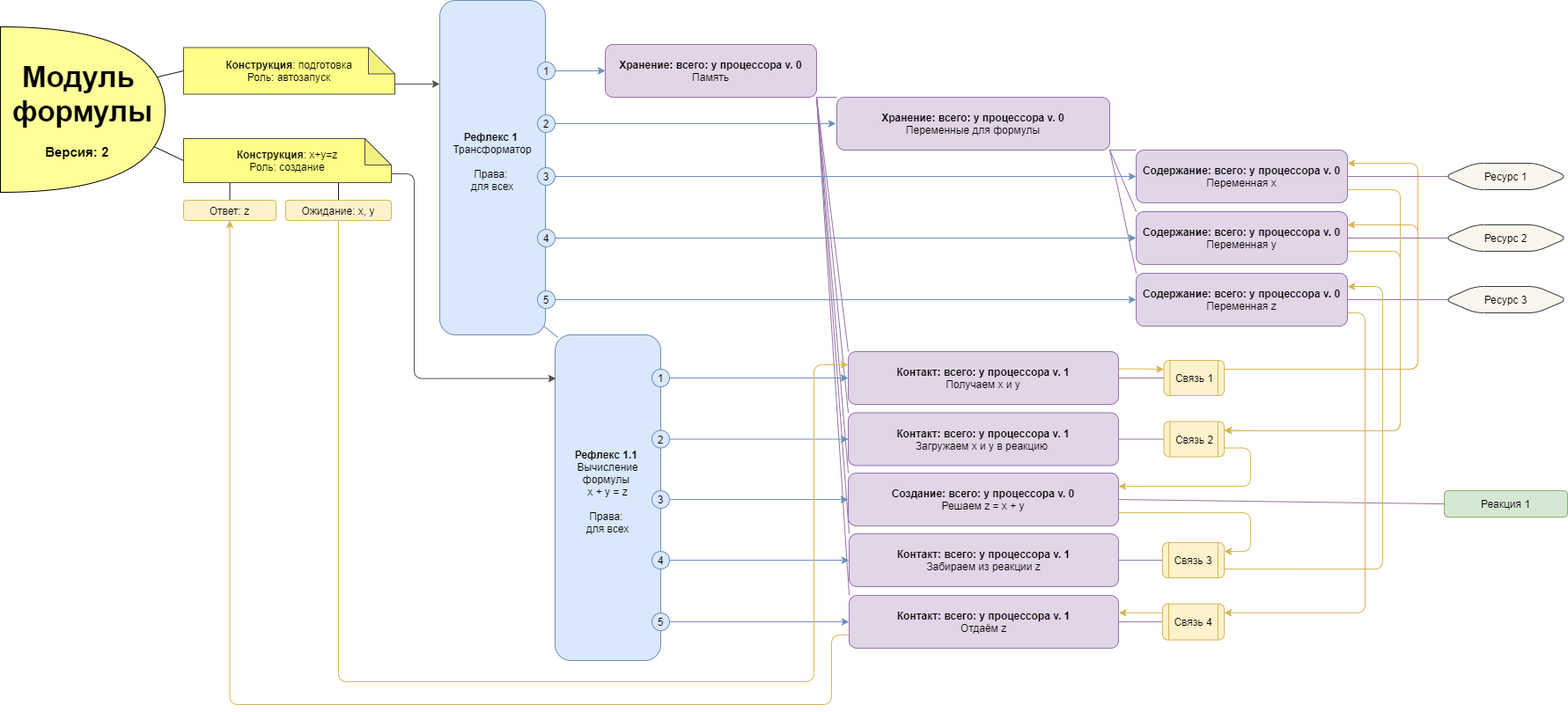
This is Картинки/Module.png from it-architector/invention.csdr, a draw.io export, as it was before one commit. Source tidied: cells renumbered, new cells last; positions are measured from the earlier drawing's top-left corner, leaving out a move shared by most shapes.
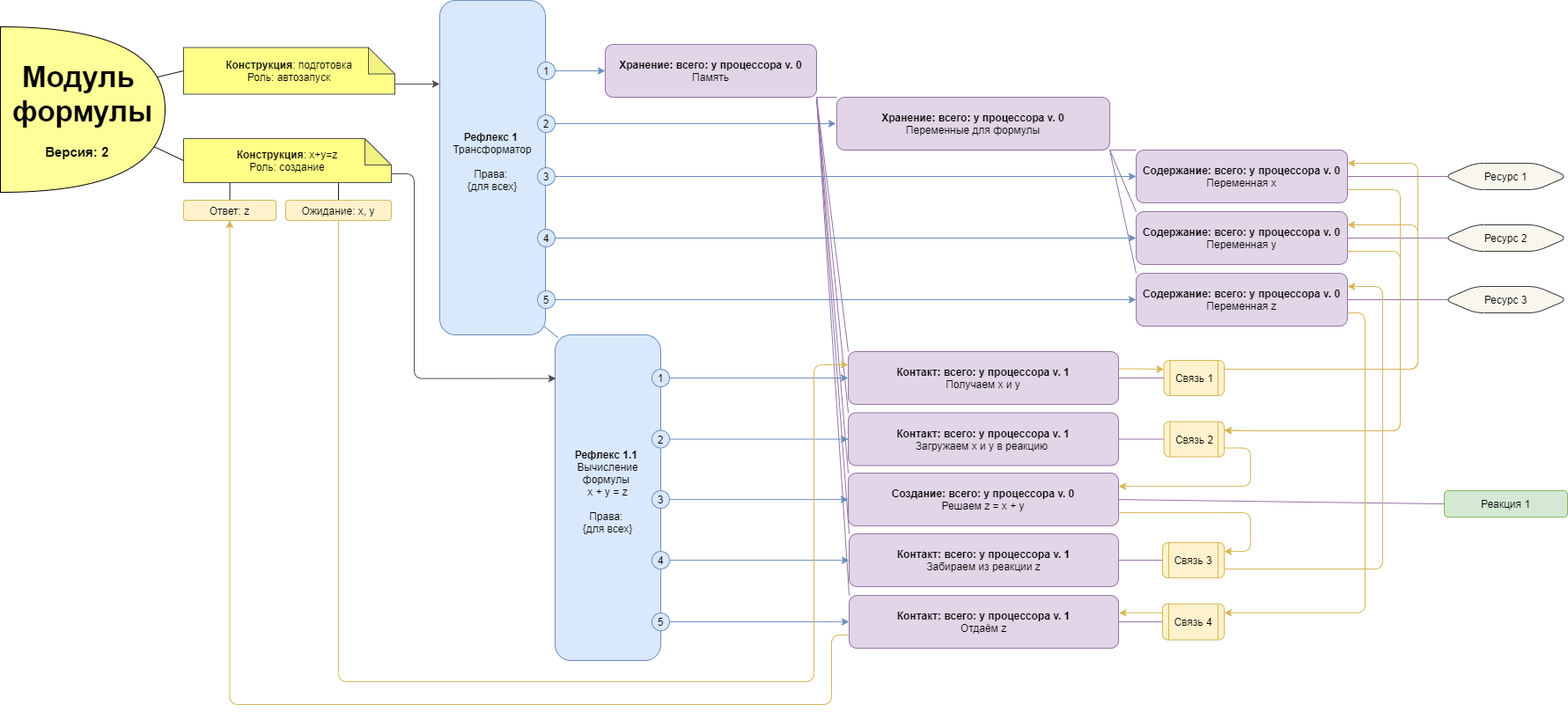
After the commit.

The edit, as a diff of the source:
```diff
@@ -128,7 +128,7 @@
     <mxCell id="37" style="edgeStyle=none;rounded=1;jettySize=auto;html=1;exitX=1;exitY=0.5;exitDx=0;exitDy=0;entryX=0;entryY=0.5;entryDx=0;entryDy=0;endArrow=classic;endFill=1;strokeColor=#6C8EBF;" parent="1" edge="1" source="77" target="19">
       <mxGeometry relative="1" as="geometry" />
     </mxCell>
-    <mxCell id="38" value="&lt;b&gt;Рефлекс 1.1&lt;/b&gt;&lt;span&gt;&amp;nbsp;&lt;/span&gt;&lt;br&gt;&lt;span&gt;Вычисление формулы &lt;br&gt;x + y = z&lt;br&gt;&lt;br&gt;Права: &lt;br&gt;для всех&lt;br&gt;&lt;br&gt;&lt;/span&gt;" style="rounded=1;whiteSpace=wrap;html=1;strokeColor=#6C8EBF;fillColor=#DAE8FC;align=center;verticalAlign=middle;" parent="1" vertex="1">
+    <mxCell id="38" value="&lt;b&gt;Рефлекс 1.1&lt;/b&gt;&lt;span&gt;&amp;nbsp;&lt;/span&gt;&lt;br&gt;&lt;span&gt;Вычисление формулы &lt;br&gt;x + y = z&lt;br&gt;&lt;br&gt;Права: &lt;br&gt;{для всех}&lt;br&gt;&lt;br&gt;&lt;/span&gt;" style="rounded=1;whiteSpace=wrap;html=1;strokeColor=#6C8EBF;fillColor=#DAE8FC;align=center;verticalAlign=middle;" parent="1" vertex="1">
       <mxGeometry x="630" y="380" width="120" height="370" as="geometry" />
     </mxCell>
     <mxCell id="39" style="edgeStyle=orthogonalEdgeStyle;rounded=1;jettySize=auto;html=1;exitX=1;exitY=0.75;exitDx=0;exitDy=0;entryX=1;entryY=0.25;entryDx=0;entryDy=0;strokeColor=#D6B656;" parent="1" edge="1" source="40" target="33">
@@ -261,7 +261,7 @@
     <mxCell id="69" style="edgeStyle=orthogonalEdgeStyle;rounded=1;jettySize=auto;html=1;exitX=1;exitY=0.5;exitDx=0;exitDy=0;endArrow=classic;endFill=1;strokeColor=#6C8EBF;" parent="1" edge="1" source="78" target="8">
       <mxGeometry relative="1" as="geometry" />
     </mxCell>
-    <mxCell id="70" value="&lt;b&gt;Рефлекс 1&lt;/b&gt;&lt;span&gt;&amp;nbsp;&lt;/span&gt;&lt;br&gt;&lt;span&gt;Трансформатор&lt;br&gt;&lt;br&gt;&lt;/span&gt;Права:&amp;nbsp;&lt;br&gt;для всех&lt;span&gt;&lt;br&gt;&lt;br&gt;&lt;/span&gt;" style="rounded=1;whiteSpace=wrap;html=1;strokeColor=#6C8EBF;fillColor=#DAE8FC;align=center;verticalAlign=middle;" parent="1" vertex="1">
+    <mxCell id="70" value="&lt;b&gt;Рефлекс 1&lt;/b&gt;&lt;span&gt;&amp;nbsp;&lt;/span&gt;&lt;br&gt;&lt;span&gt;Трансформатор&lt;br&gt;&lt;br&gt;&lt;/span&gt;Права:&amp;nbsp;&lt;br&gt;{для всех}&lt;span&gt;&lt;br&gt;&lt;br&gt;&lt;/span&gt;" style="rounded=1;whiteSpace=wrap;html=1;strokeColor=#6C8EBF;fillColor=#DAE8FC;align=center;verticalAlign=middle;" parent="1" vertex="1">
       <mxGeometry x="499" width="120" height="380" as="geometry" />
     </mxCell>
     <mxCell id="71" value="&lt;b&gt;&lt;span style=&quot;font-size: 33px&quot;&gt;Модуль&amp;nbsp;&lt;/span&gt;&lt;br&gt;&lt;span style=&quot;font-size: 33px&quot;&gt;формулы&lt;/span&gt;&lt;br&gt;&lt;font style=&quot;font-size: 15px&quot;&gt;&lt;br&gt;Версия: 2&amp;nbsp; &amp;nbsp;&lt;/font&gt;&lt;br&gt;&lt;/b&gt;" style="shape=or;whiteSpace=wrap;html=1;fillColor=#FFFF99;" parent="1" vertex="1">
```
